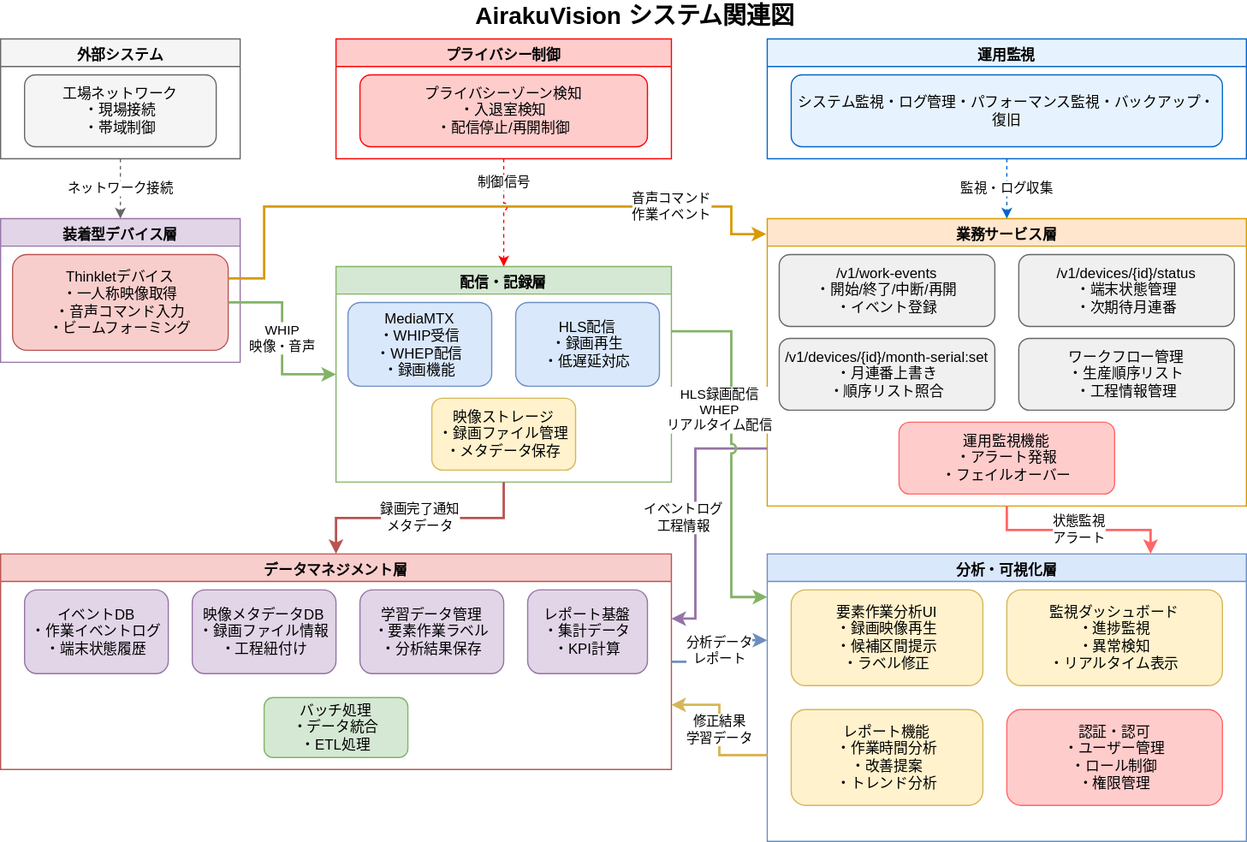
The draw.io diagram docs/03000_設計書/03000_システム基本設計/システム基本設計システム関連図.svg in daichiTAAA/AirakuVision, before a commit. Source tidied: cells renumbered, new cells last; positions are measured from the earlier drawing's top-left corner, leaving out a move shared by most shapes.
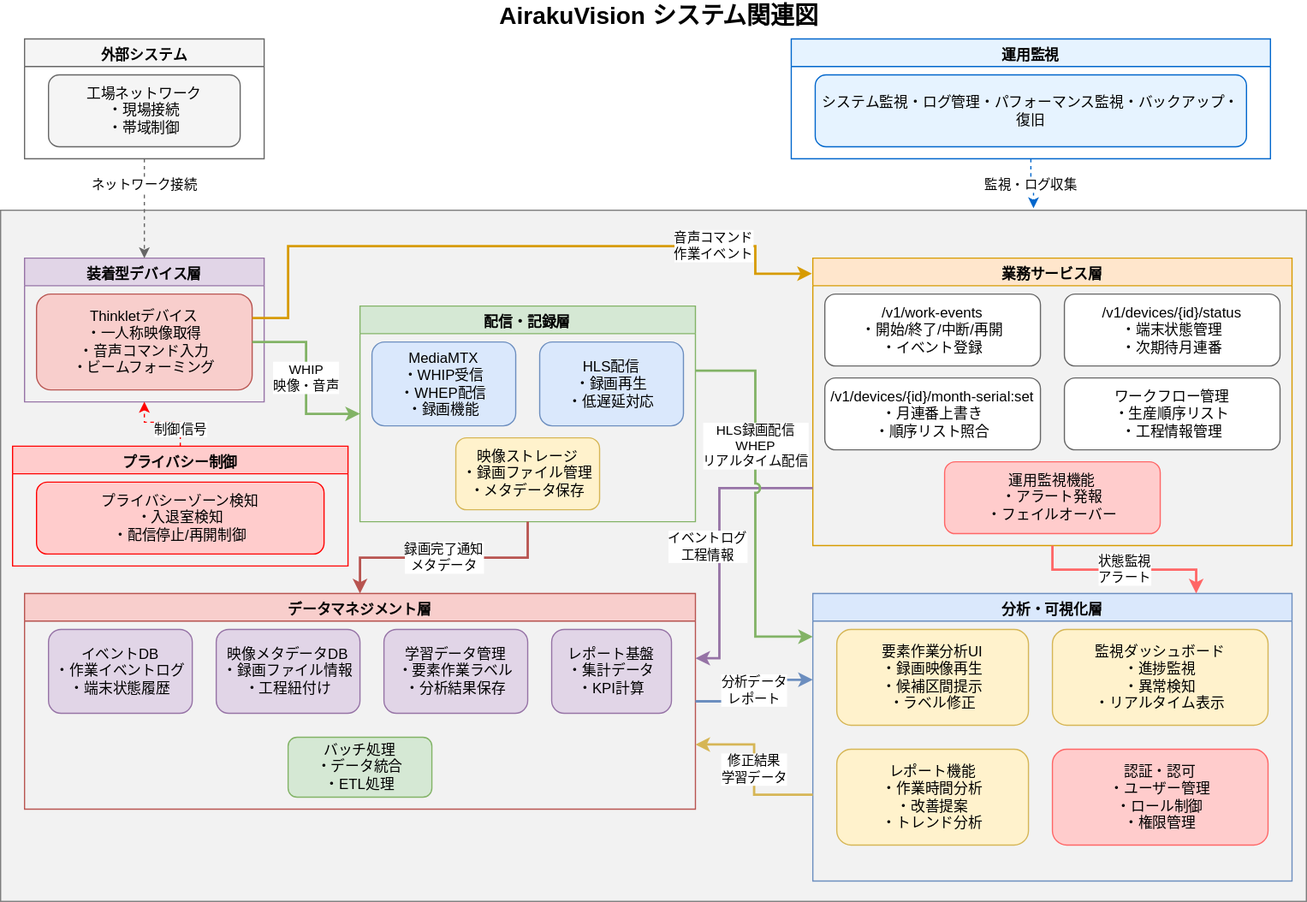
The same diagram one commit later.

Diff of the diagram source:
```diff
@@ -2,14 +2,17 @@
   <root>
     <mxCell id="0" />
     <mxCell id="1" parent="0" />
+    <mxCell id="43" style="whiteSpace=wrap;html=1;fillColor=#E6E6E6;fontColor=#333333;strokeColor=#000000;opacity=50;" parent="1" vertex="1">
+      <mxGeometry x="-10" y="323" width="1090" height="577" as="geometry" />
+    </mxCell>
     <mxCell id="2" value="装着型デバイス層" style="swimlane;fontStyle=1;align=center;verticalAlign=top;whiteSpace=wrap;html=1;fillColor=#e1d5e7;strokeColor=#9673a6;" parent="1" vertex="1">
-      <mxGeometry y="180" width="200" height="120" as="geometry" />
+      <mxGeometry x="10" y="363" width="200" height="120" as="geometry" />
     </mxCell>
     <mxCell id="3" value="Thinkletデバイス&#10;・一人称映像取得&#10;・音声コマンド入力&#10;・ビームフォーミング" style="rounded=1;whiteSpace=wrap;html=1;fillColor=#f8cecc;strokeColor=#b85450;" parent="2" vertex="1">
       <mxGeometry x="10" y="30" width="180" height="80" as="geometry" />
     </mxCell>
     <mxCell id="4" value="配信・記録層" style="swimlane;fontStyle=1;align=center;verticalAlign=top;whiteSpace=wrap;html=1;fillColor=#d5e8d4;strokeColor=#82b366;" parent="1" vertex="1">
-      <mxGeometry x="280" y="220" width="280" height="180" as="geometry" />
+      <mxGeometry x="290" y="403" width="280" height="180" as="geometry" />
     </mxCell>
     <mxCell id="5" value="MediaMTX&#10;・WHIP受信&#10;・WHEP配信&#10;・録画機能" style="rounded=1;whiteSpace=wrap;html=1;fillColor=#dae8fc;strokeColor=#6c8ebf;" parent="4" vertex="1">
       <mxGeometry x="10" y="30" width="120" height="70" as="geometry" />
@@ -21,25 +24,25 @@
       <mxGeometry x="80" y="110" width="120" height="60" as="geometry" />
     </mxCell>
     <mxCell id="8" value="業務サービス層" style="swimlane;fontStyle=1;align=center;verticalAlign=top;whiteSpace=wrap;html=1;fillColor=#ffe6cc;strokeColor=#d79b00;" parent="1" vertex="1">
-      <mxGeometry x="640" y="180" width="400" height="240" as="geometry" />
+      <mxGeometry x="668" y="363" width="400" height="240" as="geometry" />
     </mxCell>
-    <mxCell id="9" value="/v1/work-events&#10;・開始/終了/中断/再開&#10;・イベント登録" style="rounded=1;whiteSpace=wrap;html=1;fillColor=#f0f0f0;strokeColor=#666666;" parent="8" vertex="1">
+    <mxCell id="9" value="/v1/work-events&#10;・開始/終了/中断/再開&#10;・イベント登録" style="rounded=1;whiteSpace=wrap;html=1;fillColor=#FFFFFF;strokeColor=#666666;" parent="8" vertex="1">
       <mxGeometry x="10" y="30" width="180" height="60" as="geometry" />
     </mxCell>
-    <mxCell id="10" value="/v1/devices/{id}/status&#10;・端末状態管理&#10;・次期待月連番" style="rounded=1;whiteSpace=wrap;html=1;fillColor=#f0f0f0;strokeColor=#666666;" parent="8" vertex="1">
+    <mxCell id="10" value="/v1/devices/{id}/status&#10;・端末状態管理&#10;・次期待月連番" style="rounded=1;whiteSpace=wrap;html=1;fillColor=#FFFFFF;strokeColor=#666666;" parent="8" vertex="1">
       <mxGeometry x="210" y="30" width="180" height="60" as="geometry" />
     </mxCell>
-    <mxCell id="11" value="/v1/devices/{id}/month-serial:set&#10;・月連番上書き&#10;・順序リスト照合" style="rounded=1;whiteSpace=wrap;html=1;fillColor=#f0f0f0;strokeColor=#666666;" parent="8" vertex="1">
+    <mxCell id="11" value="/v1/devices/{id}/month-serial:set&#10;・月連番上書き&#10;・順序リスト照合" style="rounded=1;whiteSpace=wrap;html=1;fillColor=#FFFFFF;strokeColor=#666666;" parent="8" vertex="1">
       <mxGeometry x="10" y="100" width="180" height="60" as="geometry" />
     </mxCell>
-    <mxCell id="12" value="ワークフロー管理&#10;・生産順序リスト&#10;・工程情報管理" style="rounded=1;whiteSpace=wrap;html=1;fillColor=#f0f0f0;strokeColor=#666666;" parent="8" vertex="1">
+    <mxCell id="12" value="ワークフロー管理&#10;・生産順序リスト&#10;・工程情報管理" style="rounded=1;whiteSpace=wrap;html=1;fillColor=#FFFFFF;strokeColor=#666666;" parent="8" vertex="1">
       <mxGeometry x="210" y="100" width="180" height="60" as="geometry" />
     </mxCell>
     <mxCell id="13" value="運用監視機能&#10;・アラート発報&#10;・フェイルオーバー" style="rounded=1;whiteSpace=wrap;html=1;fillColor=#ffcccc;strokeColor=#ff6666;" parent="8" vertex="1">
       <mxGeometry x="110" y="170" width="180" height="60" as="geometry" />
     </mxCell>
     <mxCell id="14" value="データマネジメント層" style="swimlane;fontStyle=1;align=center;verticalAlign=top;whiteSpace=wrap;html=1;fillColor=#f8cecc;strokeColor=#b85450;" parent="1" vertex="1">
-      <mxGeometry y="460" width="560" height="180" as="geometry" />
+      <mxGeometry x="10" y="643" width="560" height="180" as="geometry" />
     </mxCell>
     <mxCell id="15" value="イベントDB&#10;・作業イベントログ&#10;・端末状態履歴" style="rounded=1;whiteSpace=wrap;html=1;fillColor=#e1d5e7;strokeColor=#9673a6;" parent="14" vertex="1">
       <mxGeometry x="20" y="30" width="120" height="70" as="geometry" />
@@ -57,7 +60,7 @@
       <mxGeometry x="220" y="120" width="120" height="50" as="geometry" />
     </mxCell>
     <mxCell id="20" value="分析・可視化層" style="swimlane;fontStyle=1;align=center;verticalAlign=top;whiteSpace=wrap;html=1;fillColor=#dae8fc;strokeColor=#6c8ebf;" parent="1" vertex="1">
-      <mxGeometry x="640" y="460" width="400" height="240" as="geometry" />
+      <mxGeometry x="668" y="643" width="400" height="240" as="geometry" />
     </mxCell>
     <mxCell id="21" value="要素作業分析UI&#10;・録画映像再生&#10;・候補区間提示&#10;・ラベル修正" style="rounded=1;whiteSpace=wrap;html=1;fillColor=#fff2cc;strokeColor=#d6b656;" parent="20" vertex="1">
       <mxGeometry x="20" y="30" width="160" height="80" as="geometry" />
@@ -72,19 +75,19 @@
       <mxGeometry x="200" y="130" width="180" height="80" as="geometry" />
     </mxCell>
     <mxCell id="25" value="外部システム" style="swimlane;fontStyle=1;align=center;verticalAlign=top;whiteSpace=wrap;html=1;fillColor=#f5f5f5;strokeColor=#666666;" parent="1" vertex="1">
-      <mxGeometry y="30" width="200" height="100" as="geometry" />
+      <mxGeometry x="10" y="180" width="200" height="100" as="geometry" />
     </mxCell>
     <mxCell id="26" value="工場ネットワーク&#10;・現場接続&#10;・帯域制御" style="rounded=1;whiteSpace=wrap;html=1;fillColor=#f5f5f5;strokeColor=#666666;" parent="25" vertex="1">
       <mxGeometry x="20" y="30" width="160" height="60" as="geometry" />
     </mxCell>
     <mxCell id="27" value="プライバシー制御" style="swimlane;fontStyle=1;align=center;verticalAlign=top;whiteSpace=wrap;html=1;fillColor=#ffcccc;strokeColor=#ff0000;" parent="1" vertex="1">
-      <mxGeometry x="280" y="30" width="280" height="100" as="geometry" />
+      <mxGeometry y="520" width="280" height="100" as="geometry" />
     </mxCell>
     <mxCell id="28" value="プライバシーゾーン検知&#10;・入退室検知&#10;・配信停止/再開制御" style="rounded=1;whiteSpace=wrap;html=1;fillColor=#ffcccc;strokeColor=#ff0000;" parent="27" vertex="1">
       <mxGeometry x="20" y="30" width="240" height="60" as="geometry" />
     </mxCell>
     <mxCell id="29" value="運用監視" style="swimlane;fontStyle=1;align=center;verticalAlign=top;whiteSpace=wrap;html=1;fillColor=#e6f3ff;strokeColor=#0066cc;" parent="1" vertex="1">
-      <mxGeometry x="640" y="30" width="400" height="100" as="geometry" />
+      <mxGeometry x="650" y="180" width="400" height="100" as="geometry" />
     </mxCell>
     <mxCell id="30" value="システム監視・ログ管理・パフォーマンス監視・バックアップ・復旧" style="rounded=1;whiteSpace=wrap;html=1;fillColor=#e6f3ff;strokeColor=#0066cc;" parent="29" vertex="1">
       <mxGeometry x="20" y="30" width="360" height="60" as="geometry" />
@@ -95,10 +98,10 @@
     <mxCell id="32" value="音声コマンド&#10;作業イベント" style="edgeStyle=orthogonalEdgeStyle;rounded=0;jettySize=auto;html=1;strokeWidth=2;strokeColor=#d79b00;jumpStyle=arc;exitX=1;exitY=0.25;exitDx=0;exitDy=0;entryX=-0.002;entryY=0.054;entryDx=0;entryDy=0;entryPerimeter=0;" parent="1" edge="1" source="3" target="8">
       <mxGeometry x="0.62" relative="1" as="geometry">
         <Array as="points">
-          <mxPoint x="220" y="230" />
-          <mxPoint x="220" y="170" />
-          <mxPoint x="610" y="170" />
-          <mxPoint x="610" y="193" />
+          <mxPoint x="230" y="413" />
+          <mxPoint x="230" y="353" />
+          <mxPoint x="620" y="353" />
+          <mxPoint x="620" y="376" />
         </Array>
       </mxGeometry>
     </mxCell>
@@ -108,8 +111,8 @@
     <mxCell id="34" value="イベントログ&#10;工程情報" style="edgeStyle=orthogonalEdgeStyle;rounded=0;jettySize=auto;html=1;strokeWidth=2;strokeColor=#9673a6;jumpStyle=arc;exitX=0;exitY=0.8;exitDx=0;exitDy=0;entryX=1;entryY=0.3;entryDx=0;entryDy=0;" parent="1" edge="1" source="8" target="14">
       <mxGeometry x="0.06" y="-10" relative="1" as="geometry">
         <Array as="points">
-          <mxPoint x="580" y="372" />
-          <mxPoint x="580" y="514" />
+          <mxPoint x="590" y="555" />
+          <mxPoint x="590" y="697" />
         </Array>
       </mxGeometry>
     </mxCell>
@@ -120,37 +123,33 @@
       <mxGeometry relative="1" as="geometry" />
     </mxCell>
     <mxCell id="37" value="HLS録画配信&lt;div&gt;WHEP&lt;br&gt;リアルタイム配信&lt;/div&gt;" style="edgeStyle=orthogonalEdgeStyle;rounded=0;jettySize=auto;html=1;strokeWidth=2;strokeColor=#82b366;jumpStyle=arc;exitX=1;exitY=0.3;exitDx=0;exitDy=0;entryX=0;entryY=0.15;entryDx=0;entryDy=0;" parent="1" edge="1" source="4" target="20">
-      <mxGeometry x="-0.23" y="-10" relative="1" as="geometry">
+      <mxGeometry x="-0.29" relative="1" as="geometry">
         <Array as="points">
-          <mxPoint x="610" y="274" />
-          <mxPoint x="610" y="496" />
+          <mxPoint x="620" y="457" />
+          <mxPoint x="620" y="679" />
         </Array>
+        <mxPoint y="1" as="offset" />
       </mxGeometry>
     </mxCell>
     <mxCell id="38" value="状態監視&#10;アラート" style="edgeStyle=orthogonalEdgeStyle;rounded=0;jettySize=auto;html=1;strokeWidth=2;strokeColor=#ff6666;jumpStyle=arc;exitX=0.5;exitY=1;exitDx=0;exitDy=0;entryX=0.8;entryY=0;entryDx=0;entryDy=0;" parent="1" edge="1" source="8" target="20">
       <mxGeometry relative="1" as="geometry" />
     </mxCell>
-    <mxCell id="39" value="制御信号" style="edgeStyle=orthogonalEdgeStyle;rounded=0;jettySize=auto;html=1;strokeWidth=1;strokeColor=#ff0000;dashed=1;jumpStyle=arc;exitX=0.5;exitY=1;exitDx=0;exitDy=0;entryX=0.5;entryY=0;entryDx=0;entryDy=0;" parent="1" edge="1" source="27" target="4">
-      <mxGeometry x="-0.56" relative="1" as="geometry">
+    <mxCell id="39" value="制御信号" style="edgeStyle=orthogonalEdgeStyle;rounded=0;jettySize=auto;html=1;strokeWidth=1;strokeColor=#ff0000;dashed=1;jumpStyle=arc;exitX=0.5;exitY=0;exitDx=0;exitDy=0;entryX=0.5;entryY=1;entryDx=0;entryDy=0;" parent="1" edge="1" source="27" target="2">
+      <mxGeometry x="-0.6" relative="1" as="geometry">
         <Array as="points">
-          <mxPoint x="420" y="160" />
-          <mxPoint x="420" y="160" />
+          <mxPoint x="140" y="500" />
+          <mxPoint x="110" y="500" />
         </Array>
       </mxGeometry>
     </mxCell>
     <mxCell id="40" value="ネットワーク接続" style="edgeStyle=orthogonalEdgeStyle;rounded=0;jettySize=auto;html=1;strokeWidth=1;strokeColor=#666666;dashed=1;jumpStyle=arc;exitX=0.5;exitY=1;exitDx=0;exitDy=0;entryX=0.5;entryY=0;entryDx=0;entryDy=0;" parent="1" edge="1" source="25" target="2">
-      <mxGeometry relative="1" as="geometry" />
+      <mxGeometry x="-0.45" relative="1" as="geometry" />
     </mxCell>
-    <mxCell id="41" value="監視・ログ収集" style="edgeStyle=orthogonalEdgeStyle;rounded=0;jettySize=auto;html=1;strokeWidth=1;strokeColor=#0066cc;dashed=1;jumpStyle=arc;exitX=0.5;exitY=1;exitDx=0;exitDy=0;entryX=0.5;entryY=0;entryDx=0;entryDy=0;" parent="1" edge="1" source="29" target="8">
-      <mxGeometry relative="1" as="geometry">
-        <Array as="points">
-          <mxPoint x="840" y="140" />
-          <mxPoint x="840" y="140" />
-        </Array>
-      </mxGeometry>
+    <mxCell id="41" value="監視・ログ収集" style="edgeStyle=orthogonalEdgeStyle;rounded=0;jettySize=auto;html=1;strokeWidth=1;strokeColor=#0066cc;dashed=1;jumpStyle=arc;exitX=0.5;exitY=1;exitDx=0;exitDy=0;entryX=0.791;entryY=-0.003;entryDx=0;entryDy=0;entryPerimeter=0;" parent="1" edge="1" source="29" target="43">
+      <mxGeometry relative="1" as="geometry" />
     </mxCell>
     <mxCell id="42" value="AirakuVision システム関連図" style="text;html=1;strokeColor=none;fillColor=none;align=center;verticalAlign=middle;whiteSpace=wrap;rounded=0;fontSize=20;fontStyle=1;" parent="1" vertex="1">
-      <mxGeometry x="390" width="280" height="20" as="geometry" />
+      <mxGeometry x="400" y="150" width="280" height="20" as="geometry" />
     </mxCell>
   </root>
 </mxGraphModel>
```
